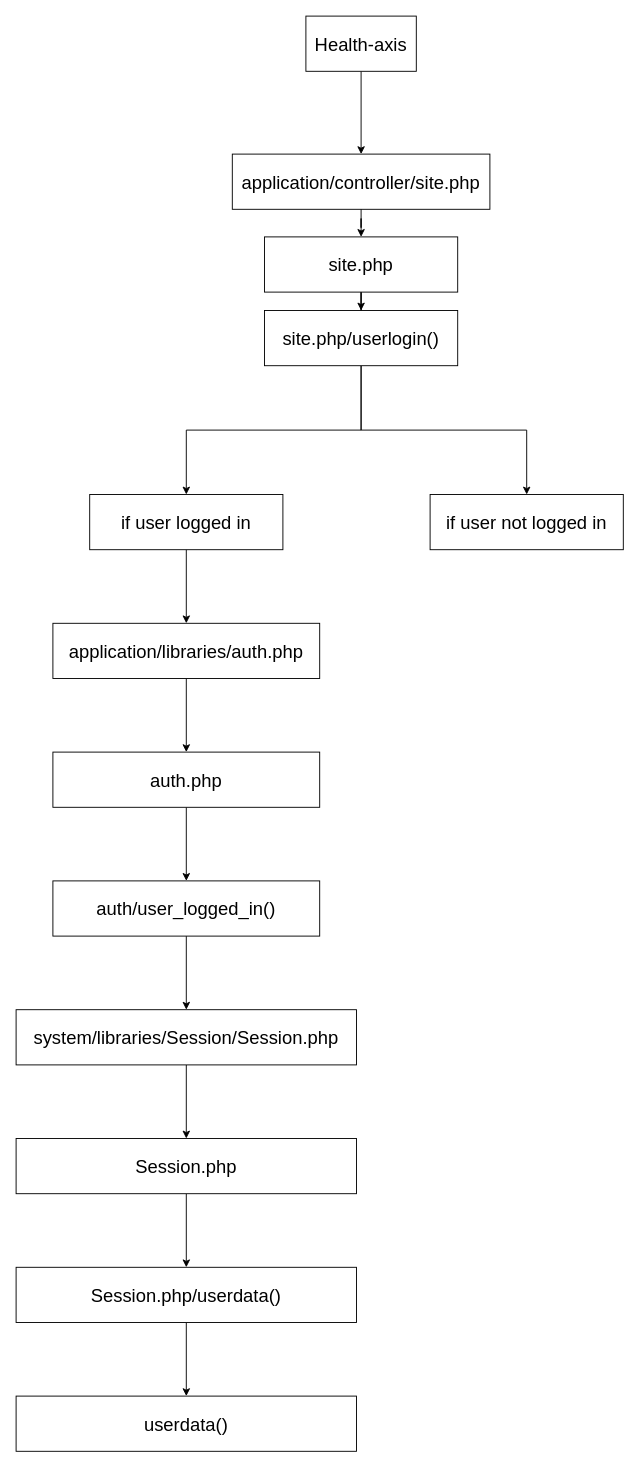
Above: healthaxis_app_flow.drawio in dhavalrohit/flowcharts (draw.io), before the change. Source tidied: cells renumbered, new cells numbered last; positions are measured from the earlier drawing's top-left corner, leaving out a move shared by most shapes. Both pictures are drawn from the tidied source at 92%, with x=0, y=0 at pixel (16, 16).
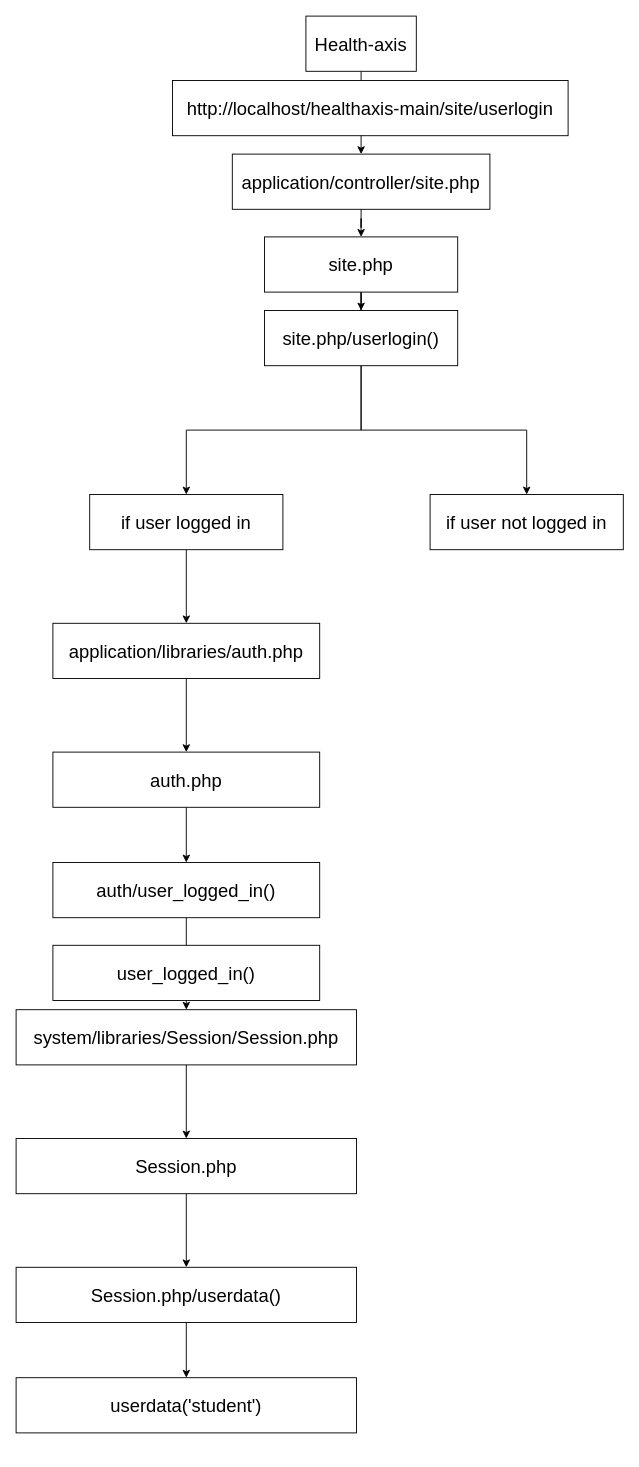
The same page after the edit.

Change to the diagram source:
```diff
@@
     <mxCell id="19" value="auth/user_logged_in()" style="whiteSpace=wrap;html=1;rounded=0;fontSize=20;" parent="1" vertex="1">
-      <mxGeometry x="40" y="940" width="290" height="60" as="geometry" />
+      <mxGeometry x="40" y="920" width="290" height="60" as="geometry" />
     </mxCell>
@@
-    <mxCell id="26" value="userdata()" style="whiteSpace=wrap;html=1;rounded=0;fontSize=20;" parent="1" vertex="1">
-      <mxGeometry y="1500" width="370" height="60" as="geometry" />
+    <mxCell id="26" value="userdata('student')" style="whiteSpace=wrap;html=1;rounded=0;fontSize=20;" parent="1" vertex="1">
+      <mxGeometry y="1480" width="370" height="60" as="geometry" />
     </mxCell>
+    <mxCell id="27" value="http://localhost/healthaxis-main/site/userlogin" style="whiteSpace=wrap;html=1;rounded=0;fontSize=20;" parent="1" vertex="1">
+      <mxGeometry x="170" y="70" width="430" height="60" as="geometry" />
+    </mxCell>
+    <mxCell id="28" value="user_logged_in()" style="whiteSpace=wrap;html=1;rounded=0;fontSize=20;" parent="1" vertex="1">
+      <mxGeometry x="40" y="1010" width="290" height="60" as="geometry" />
+    </mxCell>
```
